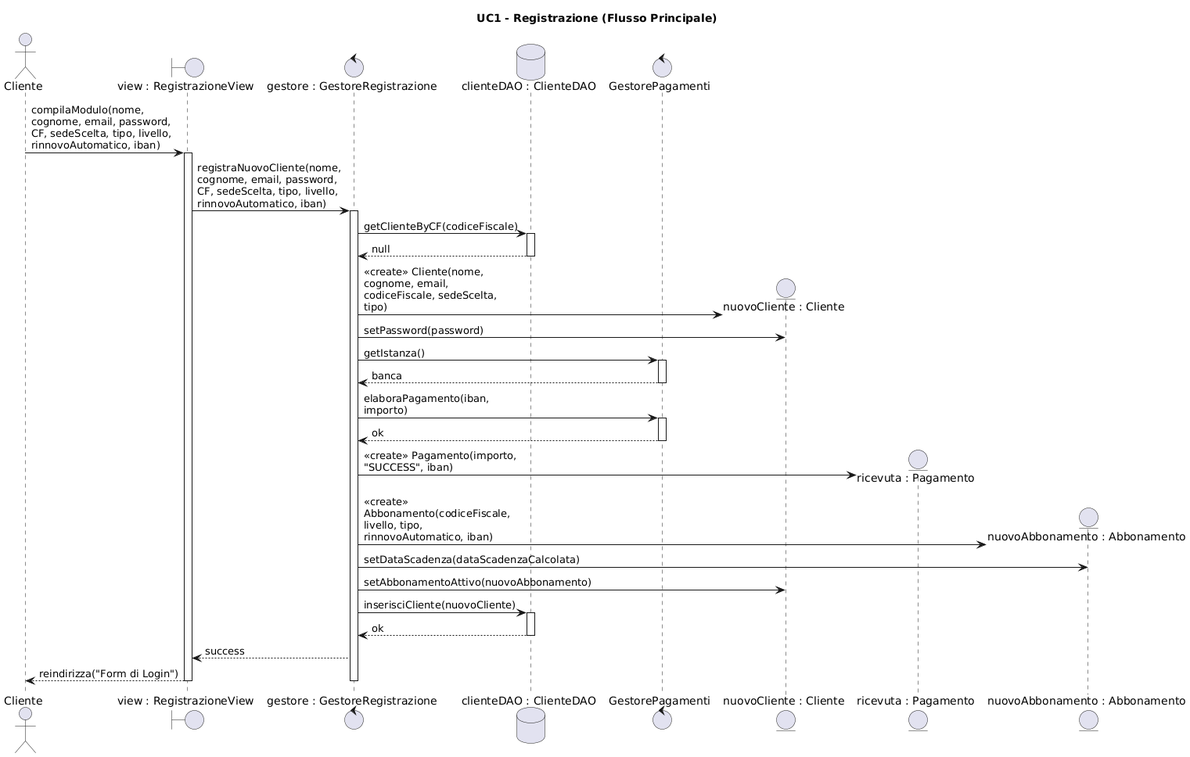
The PlantUML diagram ScriptActive/Documenti/08. Diagrammi di Sequenza/Visualizzazioni/DSequenzaUC1Main.png in svilu999/Progetto-ScriptActive, before a commit. The source it was exported from:
```plantuml
@startuml
skinparam maxMessageSize 200
skinparam monochrome false
skinparam linetype ortho

title UC1 - Registrazione (Flusso Principale)

actor "Cliente" as C
boundary "view : RegistrazioneView" as View
control "gestore : GestoreRegistrazione" as Controller
database "clienteDAO : ClienteDAO" as CDAO
control "GestorePagamenti" as GP
entity "nuovoCliente : Cliente" as Cliente
entity "ricevuta : Pagamento" as Pagamento
entity "nuovoAbbonamento : Abbonamento" as Abbonamento

C -> View : compilaModulo(nome, cognome, email, password, CF, sedeScelta, tipo, livello, rinnovoAutomatico, iban)
activate View

View -> Controller : registraNuovoCliente(nome, cognome, email, password, CF, sedeScelta, tipo, livello, rinnovoAutomatico, iban)
activate Controller

Controller -> CDAO : getClienteByCF(codiceFiscale)
activate CDAO
CDAO --> Controller : null
deactivate CDAO

create Cliente
Controller -> Cliente : <<create>> Cliente(nome, cognome, email, codiceFiscale, sedeScelta, tipo)
Controller -> Cliente : setPassword(password)

Controller -> GP : getIstanza()
activate GP
GP --> Controller : banca
deactivate GP

Controller -> GP : elaboraPagamento(iban, importo)
activate GP
GP --> Controller : ok
deactivate GP

create Pagamento
Controller -> Pagamento : <<create>> Pagamento(importo, "SUCCESS", iban)

create Abbonamento
Controller -> Abbonamento : <<create>> Abbonamento(codiceFiscale, livello, tipo, rinnovoAutomatico, iban)
Controller -> Abbonamento : setDataScadenza(dataScadenzaCalcolata)
Controller -> Cliente : setAbbonamentoAttivo(nuovoAbbonamento)

Controller -> CDAO : inserisciCliente(nuovoCliente)
activate CDAO
CDAO --> Controller : ok
deactivate CDAO

Controller --> View : success
View --> C : reindirizza("Form di Login")
deactivate Controller
deactivate View
@enduml
```
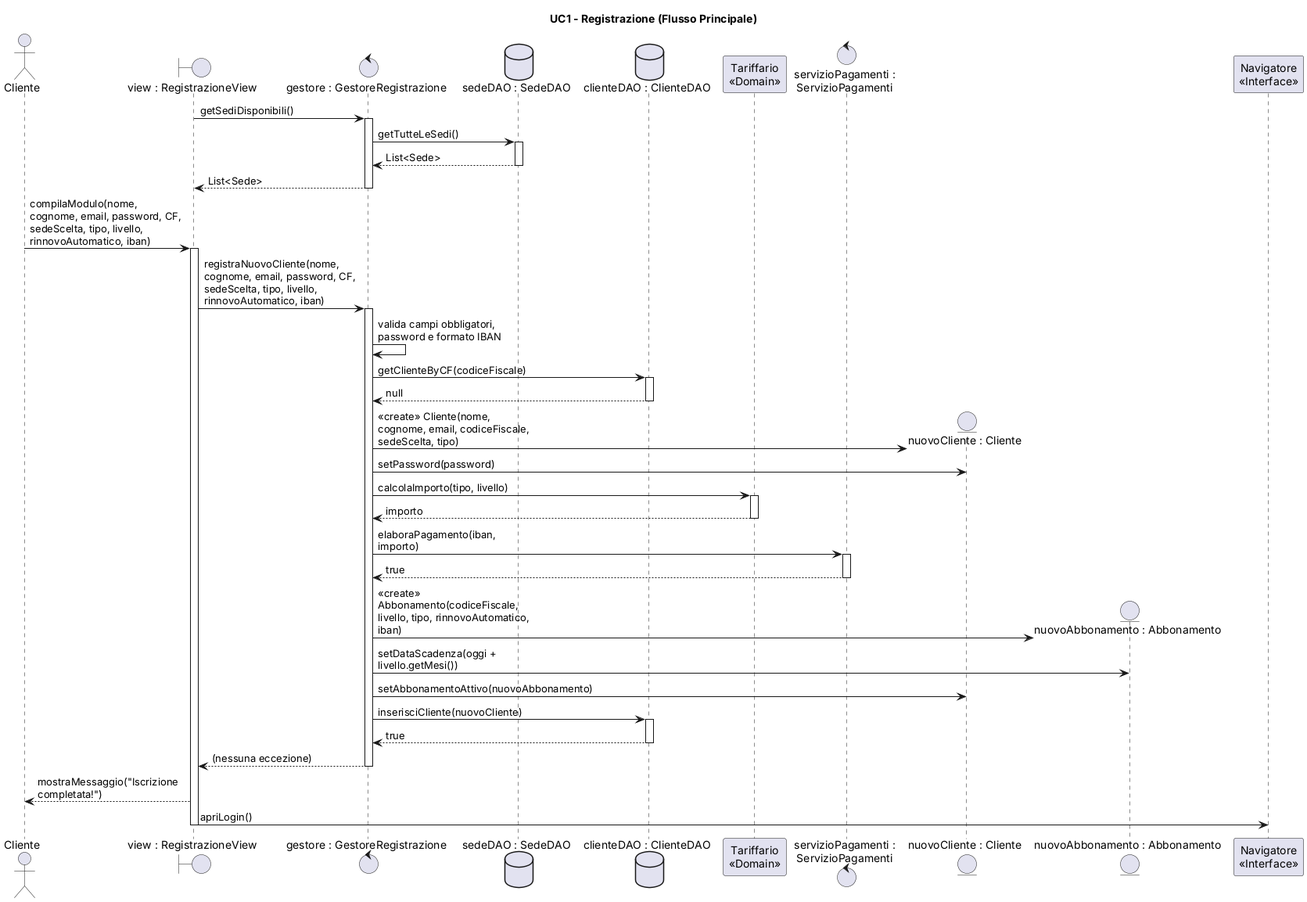
Later version of the same file.

What changed in the source:
```diff
@@ -1,24 +1,36 @@
-@startuml
+@startuml DSequenzaUC1Main
 skinparam maxMessageSize 200
 skinparam monochrome false
-skinparam linetype ortho
 
 title UC1 - Registrazione (Flusso Principale)
 
 actor "Cliente" as C
 boundary "view : RegistrazioneView" as View
 control "gestore : GestoreRegistrazione" as Controller
+database "sedeDAO : SedeDAO" as SDAO
 database "clienteDAO : ClienteDAO" as CDAO
-control "GestorePagamenti" as GP
+participant "Tariffario\n<<Domain>>" as Tar
+control "servizioPagamenti :\nServizioPagamenti" as GP
 entity "nuovoCliente : Cliente" as Cliente
-entity "ricevuta : Pagamento" as Pagamento
 entity "nuovoAbbonamento : Abbonamento" as Abbonamento
+participant "Navigatore\n<<Interface>>" as Nav
+
+View -> Controller : getSediDisponibili()
+activate Controller
+Controller -> SDAO : getTutteLeSedi()
+activate SDAO
+SDAO --> Controller : List<Sede>
+deactivate SDAO
+Controller --> View : List<Sede>
+deactivate Controller
 
 C -> View : compilaModulo(nome, cognome, email, password, CF, sedeScelta, tipo, livello, rinnovoAutomatico, iban)
 activate View
 
 View -> Controller : registraNuovoCliente(nome, cognome, email, password, CF, sedeScelta, tipo, livello, rinnovoAutomatico, iban)
 activate Controller
+
+Controller -> Controller : valida campi obbligatori, password e formato IBAN
 
 Controller -> CDAO : getClienteByCF(codiceFiscale)
 activate CDAO
@@ -29,31 +41,30 @@
 Controller -> Cliente : <<create>> Cliente(nome, cognome, email, codiceFiscale, sedeScelta, tipo)
 Controller -> Cliente : setPassword(password)
 
-Controller -> GP : getIstanza()
-activate GP
-GP --> Controller : banca
-deactivate GP
+Controller -> Tar : calcolaImporto(tipo, livello)
+activate Tar
+Tar --> Controller : importo
+deactivate Tar
 
 Controller -> GP : elaboraPagamento(iban, importo)
 activate GP
-GP --> Controller : ok
+GP --> Controller : true
 deactivate GP
-
-create Pagamento
-Controller -> Pagamento : <<create>> Pagamento(importo, "SUCCESS", iban)
 
 create Abbonamento
 Controller -> Abbonamento : <<create>> Abbonamento(codiceFiscale, livello, tipo, rinnovoAutomatico, iban)
-Controller -> Abbonamento : setDataScadenza(dataScadenzaCalcolata)
+Controller -> Abbonamento : setDataScadenza(oggi + livello.getMesi())
 Controller -> Cliente : setAbbonamentoAttivo(nuovoAbbonamento)
 
 Controller -> CDAO : inserisciCliente(nuovoCliente)
 activate CDAO
-CDAO --> Controller : ok
+CDAO --> Controller : true
 deactivate CDAO
 
-Controller --> View : success
-View --> C : reindirizza("Form di Login")
+Controller --> View : (nessuna eccezione)
 deactivate Controller
+View --> C : mostraMessaggio("Iscrizione completata!")
+
+View -> Nav : apriLogin()
 deactivate View
 @enduml
```
